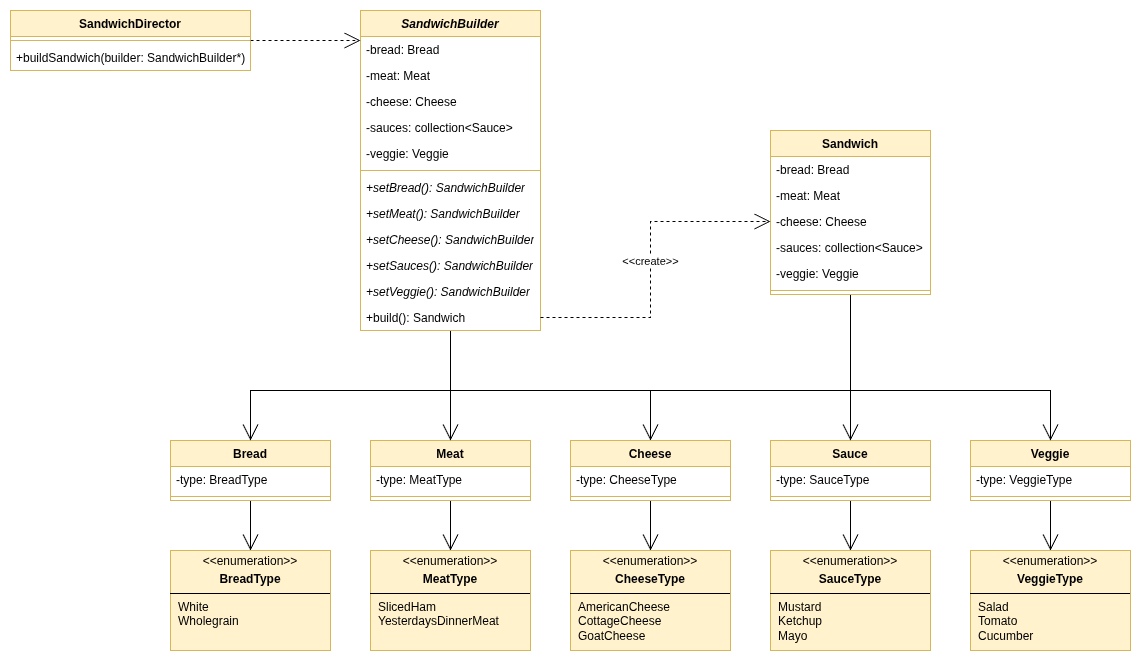
The draw.io diagram 15-Builder/UML/uml.png in MrCabbageStick/Design-Patterns-Challange, before a commit. Source tidied: cells renumbered, new cells last; positions are measured from the earlier drawing's top-left corner, leaving out a move shared by most shapes.
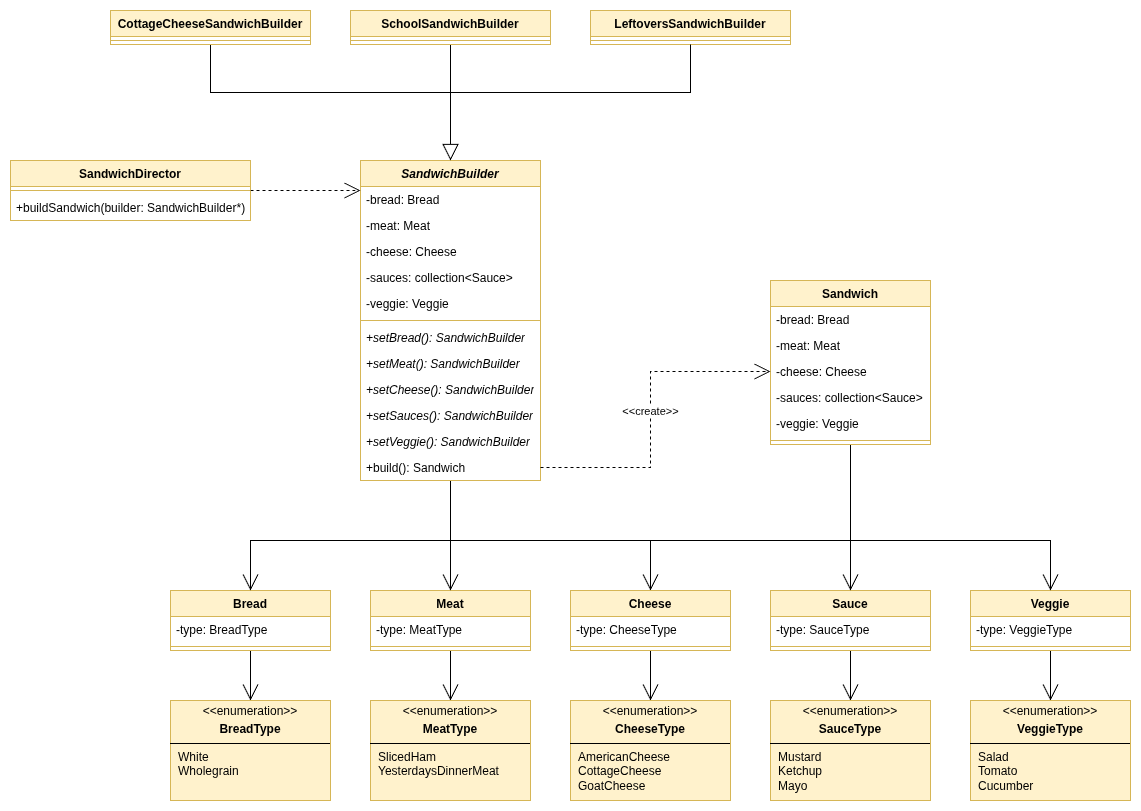
The same diagram one commit later.

Commit message:
Fix builder's uml

Change to the diagram source:
```diff
@@ -204,5 +204,44 @@
     <mxCell id="58" style="edgeStyle=orthogonalEdgeStyle;rounded=0;jettySize=auto;html=1;entryX=0;entryY=0.154;entryDx=0;entryDy=0;entryPerimeter=0;endSize=14;endArrow=open;endFill=0;dashed=1;" parent="1" edge="1" source="55" target="41">
       <mxGeometry relative="1" as="geometry" />
     </mxCell>
+    <mxCell id="59" style="edgeStyle=orthogonalEdgeStyle;rounded=0;jettySize=auto;html=1;exitX=0.5;exitY=1;exitDx=0;exitDy=0;endArrow=none;startFill=0;" parent="1" edge="1" source="60">
+      <mxGeometry relative="1" as="geometry">
+        <mxPoint x="440" y="-68" as="targetPoint" />
+        <Array as="points">
+          <mxPoint x="200" y="-68" />
+          <mxPoint x="401" y="-68" />
+        </Array>
+      </mxGeometry>
+    </mxCell>
+    <mxCell id="60" value="CottageCheeseSandwichBuilder" style="swimlane;fontStyle=1;align=center;verticalAlign=top;horizontal=1;startSize=26;whiteSpace=wrap;html=1;fillColor=#fff2cc;strokeColor=#d6b656;" parent="1" vertex="1">
+      <mxGeometry x="100" y="-150" width="200" height="34" as="geometry" />
+    </mxCell>
+    <mxCell id="61" style="line;strokeWidth=1;fillColor=none;align=left;verticalAlign=middle;spacingTop=-1;spacingLeft=3;spacingRight=3;labelPosition=right;strokeColor=inherit;" parent="60" vertex="1">
+      <mxGeometry y="26" width="200" height="8" as="geometry" />
+    </mxCell>
+    <mxCell id="62" style="edgeStyle=orthogonalEdgeStyle;rounded=0;jettySize=auto;html=1;entryX=0.5;entryY=0;entryDx=0;entryDy=0;endArrow=block;endFill=0;endSize=14;" parent="1" edge="1" source="63" target="40">
+      <mxGeometry relative="1" as="geometry" />
+    </mxCell>
+    <mxCell id="63" value="SchoolSandwichBuilder" style="swimlane;fontStyle=1;align=center;verticalAlign=top;horizontal=1;startSize=26;whiteSpace=wrap;html=1;fillColor=#fff2cc;strokeColor=#d6b656;" parent="1" vertex="1">
+      <mxGeometry x="340" y="-150" width="200" height="34" as="geometry" />
+    </mxCell>
+    <mxCell id="64" style="line;strokeWidth=1;fillColor=none;align=left;verticalAlign=middle;spacingTop=-1;spacingLeft=3;spacingRight=3;labelPosition=right;strokeColor=inherit;" parent="63" vertex="1">
+      <mxGeometry y="26" width="200" height="8" as="geometry" />
+    </mxCell>
+    <mxCell id="65" value="LeftoversSandwichBuilder" style="swimlane;fontStyle=1;align=center;verticalAlign=top;horizontal=1;startSize=26;whiteSpace=wrap;html=1;fillColor=#fff2cc;strokeColor=#d6b656;" parent="1" vertex="1">
+      <mxGeometry x="580" y="-150" width="200" height="34" as="geometry" />
+    </mxCell>
+    <mxCell id="66" style="line;strokeWidth=1;fillColor=none;align=left;verticalAlign=middle;spacingTop=-1;spacingLeft=3;spacingRight=3;labelPosition=right;strokeColor=inherit;" parent="65" vertex="1">
+      <mxGeometry y="26" width="200" height="8" as="geometry" />
+    </mxCell>
+    <mxCell id="67" style="edgeStyle=orthogonalEdgeStyle;rounded=0;orthogonalLoop=1;jettySize=auto;html=1;exitX=0.5;exitY=1;exitDx=0;exitDy=0;endArrow=none;startFill=0;" parent="1" edge="1">
+      <mxGeometry relative="1" as="geometry">
+        <mxPoint x="680" y="-116" as="sourcePoint" />
+        <mxPoint x="440" y="-68" as="targetPoint" />
+        <Array as="points">
+          <mxPoint x="680" y="-68" />
+        </Array>
+      </mxGeometry>
+    </mxCell>
   </root>
 </mxGraphModel>
```
